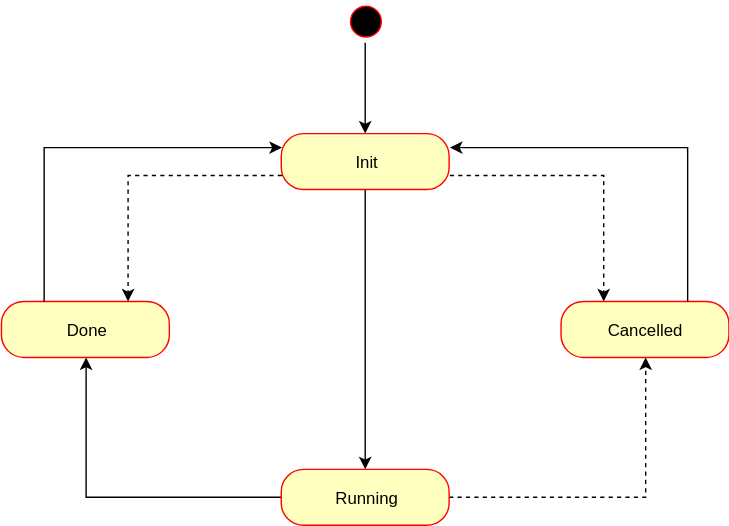
Before: TwinCat/Mbc.Tc3.Pcs/Mbc_Tc3_Pcs/docs/res/CommandBaseStates.svg, a diagram exported from draw.io (mbc-engineering/net-pcs). Source tidied: cells renumbered, new cells last; positions are measured from the earlier drawing's top-left corner, leaving out a move shared by most shapes. Its diagram source:
```xml
<mxGraphModel background="#ffffff">
  <root>
    <mxCell id="0" />
    <mxCell id="1" parent="0" />
    <mxCell id="2" style="edgeStyle=orthogonalEdgeStyle;rounded=0;html=1;jettySize=auto;" parent="1" edge="1" source="3" target="6">
      <mxGeometry relative="1" as="geometry" />
    </mxCell>
    <mxCell id="3" style="ellipse;html=1;shape=startState;fillColor=#000000;strokeColor=#ff0000;" parent="1" vertex="1">
      <mxGeometry x="244.5" width="30" height="30" as="geometry" />
    </mxCell>
    <mxCell id="4" style="edgeStyle=orthogonalEdgeStyle;rounded=0;html=1;jettySize=auto;" parent="1" edge="1" source="6" target="9">
      <mxGeometry relative="1" as="geometry" />
    </mxCell>
    <mxCell id="5" style="edgeStyle=orthogonalEdgeStyle;rounded=0;html=1;jettySize=auto;entryX=0.25;entryY=0;exitX=1;exitY=0.75;jumpStyle=none;dashed=1;" parent="1" edge="1" source="6" target="10">
      <mxGeometry relative="1" as="geometry" />
    </mxCell>
    <mxCell id="6" value="Init" style="rounded=1;whiteSpace=wrap;html=1;arcSize=40;fillColor=#ffffc0;strokeColor=#ff0000;" parent="1" vertex="1">
      <mxGeometry x="199.5" y="95" width="120" height="40" as="geometry" />
    </mxCell>
    <mxCell id="7" style="edgeStyle=orthogonalEdgeStyle;rounded=0;html=1;jettySize=auto;" parent="1" edge="1" source="9" target="11">
      <mxGeometry relative="1" as="geometry" />
    </mxCell>
    <mxCell id="8" style="edgeStyle=orthogonalEdgeStyle;rounded=0;html=1;jettySize=auto;dashed=1;" parent="1" edge="1" source="9" target="10">
      <mxGeometry relative="1" as="geometry" />
    </mxCell>
    <mxCell id="9" value="Running" style="rounded=1;whiteSpace=wrap;html=1;arcSize=40;fillColor=#ffffc0;strokeColor=#ff0000;" parent="1" vertex="1">
      <mxGeometry x="199.5" y="335" width="120" height="40" as="geometry" />
    </mxCell>
    <mxCell id="10" value="Cancelled" style="rounded=1;whiteSpace=wrap;html=1;arcSize=40;fillColor=#ffffc0;strokeColor=#ff0000;" parent="1" vertex="1">
      <mxGeometry x="399.5" y="215" width="120" height="40" as="geometry" />
    </mxCell>
    <mxCell id="11" value="Done" style="rounded=1;whiteSpace=wrap;html=1;arcSize=40;fillColor=#ffffc0;strokeColor=#ff0000;" parent="1" vertex="1">
      <mxGeometry x="-0.5" y="215" width="120" height="40" as="geometry" />
    </mxCell>
    <mxCell id="12" style="edgeStyle=orthogonalEdgeStyle;html=1;verticalAlign=bottom;endArrow=open;endSize=8;strokeColor=none;" parent="1" edge="1">
      <mxGeometry relative="1" as="geometry">
        <mxPoint x="256" y="195" as="sourcePoint" />
        <mxPoint x="256" y="255" as="targetPoint" />
      </mxGeometry>
    </mxCell>
    <mxCell id="13" style="edgeStyle=orthogonalEdgeStyle;rounded=0;html=1;jettySize=auto;entryX=1;entryY=0.25;exitX=0.75;exitY=0;" parent="1" edge="1" source="10" target="6">
      <mxGeometry relative="1" as="geometry" />
    </mxCell>
    <mxCell id="14" style="edgeStyle=orthogonalEdgeStyle;rounded=0;html=1;jettySize=auto;entryX=0;entryY=0.25;exitX=0.25;exitY=0;" parent="1" edge="1" source="11" target="6">
      <mxGeometry relative="1" as="geometry" />
    </mxCell>
    <mxCell id="15" style="edgeStyle=orthogonalEdgeStyle;rounded=0;html=1;jettySize=auto;entryX=0.75;entryY=0;exitX=0;exitY=0.75;jumpStyle=none;dashed=1;" parent="1" edge="1" source="6" target="11">
      <mxGeometry relative="1" as="geometry" />
    </mxCell>
  </root>
</mxGraphModel>
```
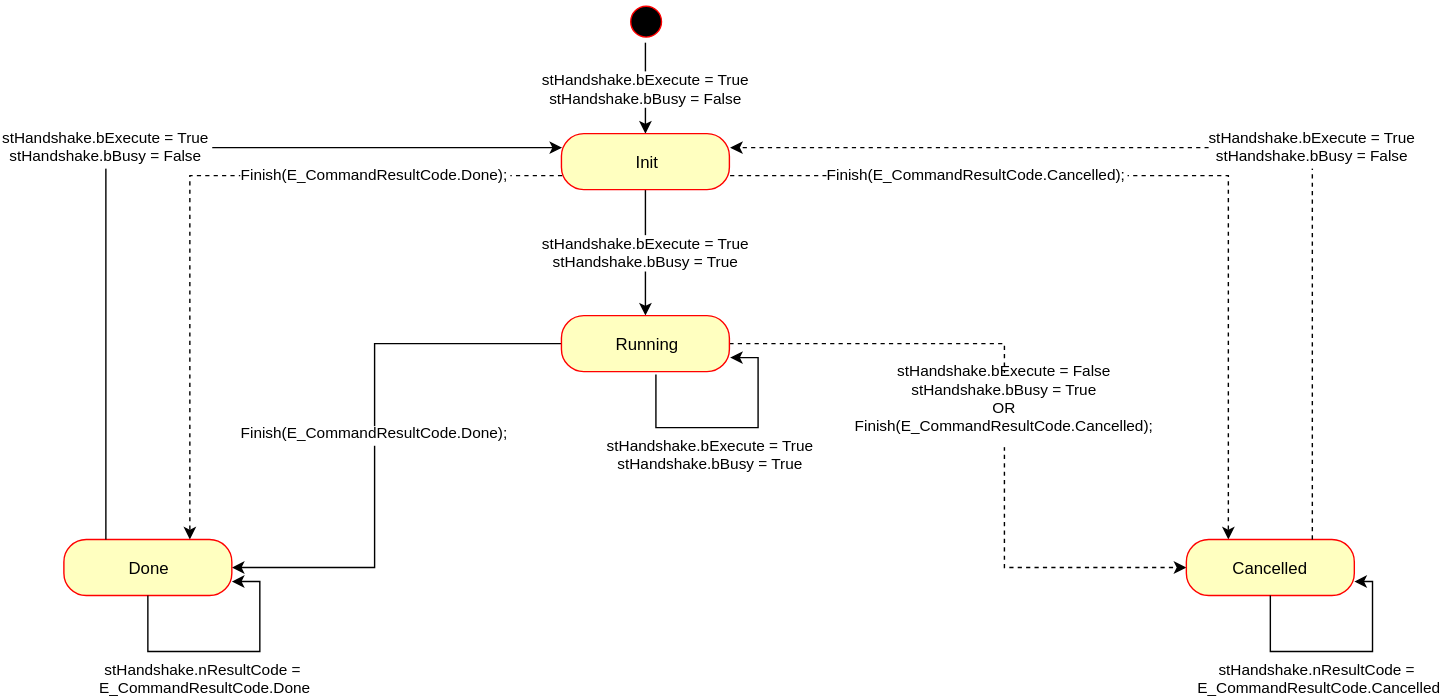
After the change.

What changed in the source:
```diff
@@ -2,50 +2,91 @@
   <root>
     <mxCell id="0" />
     <mxCell id="1" parent="0" />
+    <mxCell id="10" value="stHandshake.bExecute = True&lt;br&gt;stHandshake.bBusy = False&lt;br&gt;" style="edgeStyle=orthogonalEdgeStyle;rounded=0;html=1;jettySize=auto;" parent="1" edge="1" source="2" target="7">
+      <mxGeometry relative="1" as="geometry" />
+    </mxCell>
-    <mxCell id="2" style="edgeStyle=orthogonalEdgeStyle;rounded=0;html=1;jettySize=auto;" parent="1" edge="1" source="3" target="6">
-      <mxGeometry relative="1" as="geometry" />
+    <mxCell id="2" style="ellipse;html=1;shape=startState;fillColor=#000000;strokeColor=#ff0000;" parent="1" vertex="1">
+      <mxGeometry x="326.5" width="30" height="30" as="geometry" />
     </mxCell>
-    <mxCell id="3" style="ellipse;html=1;shape=startState;fillColor=#000000;strokeColor=#ff0000;" parent="1" vertex="1">
-      <mxGeometry x="244.5" width="30" height="30" as="geometry" />
-    </mxCell>
-    <mxCell id="4" style="edgeStyle=orthogonalEdgeStyle;rounded=0;html=1;jettySize=auto;" parent="1" edge="1" source="6" target="9">
-      <mxGeometry relative="1" as="geometry" />
-    </mxCell>
-    <mxCell id="5" style="edgeStyle=orthogonalEdgeStyle;rounded=0;html=1;jettySize=auto;entryX=0.25;entryY=0;exitX=1;exitY=0.75;jumpStyle=none;dashed=1;" parent="1" edge="1" source="6" target="10">
-      <mxGeometry relative="1" as="geometry" />
-    </mxCell>
-    <mxCell id="6" value="Init" style="rounded=1;whiteSpace=wrap;html=1;arcSize=40;fillColor=#ffffc0;strokeColor=#ff0000;" parent="1" vertex="1">
-      <mxGeometry x="199.5" y="95" width="120" height="40" as="geometry" />
-    </mxCell>
+    <mxCell id="16" value="stHandshake.bExecute = True&lt;br&gt;stHandshake.bBusy = True" style="edgeStyle=orthogonalEdgeStyle;rounded=0;html=1;jettySize=auto;" parent="1" edge="1" source="7" target="9">
+      <mxGeometry relative="1" as="geometry" />
+    </mxCell>
+    <mxCell id="17" value="Finish(E_CommandResultCode.Cancelled);" style="edgeStyle=orthogonalEdgeStyle;rounded=0;jettySize=auto;entryX=0.25;entryY=0;exitX=1;exitY=0.75;jumpStyle=none;dashed=1;labelBackgroundColor=#ffffff;fontColor=#000000;labelBorderColor=none;" parent="1" edge="1" source="7" target="20">
+      <mxGeometry x="-0.43" relative="1" as="geometry" />
+    </mxCell>
-    <mxCell id="7" style="edgeStyle=orthogonalEdgeStyle;rounded=0;html=1;jettySize=auto;" parent="1" edge="1" source="9" target="11">
-      <mxGeometry relative="1" as="geometry" />
+    <mxCell id="7" value="Init" style="rounded=1;whiteSpace=wrap;html=1;arcSize=40;fillColor=#ffffc0;strokeColor=#ff0000;" parent="1" vertex="1">
+      <mxGeometry x="281.5" y="95" width="120" height="40" as="geometry" />
     </mxCell>
-    <mxCell id="8" style="edgeStyle=orthogonalEdgeStyle;rounded=0;html=1;jettySize=auto;dashed=1;" parent="1" edge="1" source="9" target="10">
-      <mxGeometry relative="1" as="geometry" />
-    </mxCell>
+    <mxCell id="18" value="Finish(E_CommandResultCode.Done);" style="edgeStyle=orthogonalEdgeStyle;rounded=0;jettySize=auto;entryX=1;entryY=0.5;" parent="1" edge="1" source="9" target="11">
+      <mxGeometry relative="1" as="geometry">
+        <Array as="points">
+          <mxPoint x="148" y="245" />
+          <mxPoint x="148" y="405" />
+        </Array>
+      </mxGeometry>
+    </mxCell>
+    <mxCell id="19" value="stHandshake.bExecute = False&#10;stHandshake.bBusy = True&#10;OR&#10;Finish(E_CommandResultCode.Cancelled);&#10;" style="edgeStyle=orthogonalEdgeStyle;rounded=0;jettySize=auto;dashed=1;entryX=0;entryY=0.5;" parent="1" edge="1" source="9" target="20">
+      <mxGeometry relative="1" as="geometry">
+        <Array as="points">
+          <mxPoint x="598" y="245" />
+          <mxPoint x="598" y="405" />
+        </Array>
+      </mxGeometry>
+    </mxCell>
+    <mxCell id="20" value="Cancelled" style="rounded=1;whiteSpace=wrap;html=1;arcSize=40;fillColor=#ffffc0;strokeColor=#ff0000;" parent="1" vertex="1">
+      <mxGeometry x="728" y="385" width="120" height="40" as="geometry" />
+    </mxCell>
+    <mxCell id="11" value="Done" style="rounded=1;whiteSpace=wrap;html=1;arcSize=40;fillColor=#ffffc0;strokeColor=#ff0000;" parent="1" vertex="1">
+      <mxGeometry x="-74" y="385" width="120" height="40" as="geometry" />
+    </mxCell>
+    <mxCell id="14" style="edgeStyle=orthogonalEdgeStyle;html=1;verticalAlign=bottom;endArrow=open;endSize=8;strokeColor=none;" parent="1" edge="1" source="9">
+      <mxGeometry relative="1" as="geometry">
+        <mxPoint x="338" y="255" as="targetPoint" />
+      </mxGeometry>
+    </mxCell>
+    <mxCell id="21" value="stHandshake.bExecute = True&#10;stHandshake.bBusy = False" style="edgeStyle=orthogonalEdgeStyle;rounded=0;jettySize=auto;entryX=1;entryY=0.25;exitX=0.75;exitY=0;dashed=1;" parent="1" edge="1" source="20" target="7">
+      <mxGeometry x="-0.2" relative="1" as="geometry" />
+    </mxCell>
+    <mxCell id="22" value="stHandshake.bExecute = True&#10;stHandshake.bBusy = False" style="edgeStyle=orthogonalEdgeStyle;rounded=0;jettySize=auto;entryX=0;entryY=0.25;exitX=0.25;exitY=0;" parent="1" edge="1" source="11" target="7">
+      <mxGeometry x="-0.08" relative="1" as="geometry" />
+    </mxCell>
+    <mxCell id="23" value="Finish(E_CommandResultCode.Done);" style="edgeStyle=orthogonalEdgeStyle;rounded=0;jettySize=auto;entryX=0.75;entryY=0;exitX=0;exitY=0.75;jumpStyle=none;dashed=1;" parent="1" edge="1" source="7" target="11">
+      <mxGeometry x="-0.49" relative="1" as="geometry" />
+    </mxCell>
     <mxCell id="9" value="Running" style="rounded=1;whiteSpace=wrap;html=1;arcSize=40;fillColor=#ffffc0;strokeColor=#ff0000;" parent="1" vertex="1">
-      <mxGeometry x="199.5" y="335" width="120" height="40" as="geometry" />
+      <mxGeometry x="281.5" y="225" width="120" height="40" as="geometry" />
     </mxCell>
-    <mxCell id="10" value="Cancelled" style="rounded=1;whiteSpace=wrap;html=1;arcSize=40;fillColor=#ffffc0;strokeColor=#ff0000;" parent="1" vertex="1">
-      <mxGeometry x="399.5" y="215" width="120" height="40" as="geometry" />
-    </mxCell>
-    <mxCell id="11" value="Done" style="rounded=1;whiteSpace=wrap;html=1;arcSize=40;fillColor=#ffffc0;strokeColor=#ff0000;" parent="1" vertex="1">
-      <mxGeometry x="-0.5" y="215" width="120" height="40" as="geometry" />
-    </mxCell>
-    <mxCell id="12" style="edgeStyle=orthogonalEdgeStyle;html=1;verticalAlign=bottom;endArrow=open;endSize=8;strokeColor=none;" parent="1" edge="1">
-      <mxGeometry relative="1" as="geometry">
-        <mxPoint x="256" y="195" as="sourcePoint" />
-        <mxPoint x="256" y="255" as="targetPoint" />
-      </mxGeometry>
-    </mxCell>
-    <mxCell id="13" style="edgeStyle=orthogonalEdgeStyle;rounded=0;html=1;jettySize=auto;entryX=1;entryY=0.25;exitX=0.75;exitY=0;" parent="1" edge="1" source="10" target="6">
-      <mxGeometry relative="1" as="geometry" />
-    </mxCell>
-    <mxCell id="14" style="edgeStyle=orthogonalEdgeStyle;rounded=0;html=1;jettySize=auto;entryX=0;entryY=0.25;exitX=0.25;exitY=0;" parent="1" edge="1" source="11" target="6">
-      <mxGeometry relative="1" as="geometry" />
-    </mxCell>
-    <mxCell id="15" style="edgeStyle=orthogonalEdgeStyle;rounded=0;html=1;jettySize=auto;entryX=0.75;entryY=0;exitX=0;exitY=0.75;jumpStyle=none;dashed=1;" parent="1" edge="1" source="6" target="11">
-      <mxGeometry relative="1" as="geometry" />
-    </mxCell>
+    <mxCell id="24" style="edgeStyle=orthogonalEdgeStyle;html=1;verticalAlign=bottom;endArrow=open;endSize=8;strokeColor=none;" parent="1" edge="1" target="9">
+      <mxGeometry relative="1" as="geometry">
+        <mxPoint x="338" y="195" as="sourcePoint" />
+      </mxGeometry>
+    </mxCell>
+    <mxCell id="25" value="stHandshake.bExecute = True&#10;stHandshake.bBusy = True" style="edgeStyle=orthogonalEdgeStyle;rounded=0;jettySize=auto;orthogonalLoop=1;exitX=0.563;exitY=1.05;exitPerimeter=0;entryX=1;entryY=0.75;" parent="1" edge="1" source="9" target="9">
+      <mxGeometry x="-0.15" y="-20" relative="1" as="geometry">
+        <Array as="points">
+          <mxPoint x="349" y="305" />
+          <mxPoint x="422" y="305" />
+          <mxPoint x="422" y="255" />
+        </Array>
+      </mxGeometry>
+    </mxCell>
+    <mxCell id="26" value="stHandshake.nResultCode = &#10;E_CommandResultCode.Done" style="edgeStyle=orthogonalEdgeStyle;rounded=0;jettySize=auto;orthogonalLoop=1;entryX=1;entryY=0.75;exitX=0.5;exitY=1;" parent="1" edge="1" source="11" target="11">
+      <mxGeometry x="-0.15" y="-20" relative="1" as="geometry">
+        <Array as="points">
+          <mxPoint x="-14" y="465" />
+          <mxPoint x="66" y="465" />
+          <mxPoint x="66" y="415" />
+        </Array>
+      </mxGeometry>
+    </mxCell>
+    <mxCell id="27" value="stHandshake.nResultCode = &#10;E_CommandResultCode.Cancelled" style="edgeStyle=orthogonalEdgeStyle;rounded=0;jettySize=auto;orthogonalLoop=1;entryX=1;entryY=0.75;exitX=0.5;exitY=1;" parent="1" edge="1" source="20" target="20">
+      <mxGeometry x="-0.15" y="-20" relative="1" as="geometry">
+        <Array as="points">
+          <mxPoint x="788" y="465" />
+          <mxPoint x="861" y="465" />
+          <mxPoint x="861" y="415" />
+        </Array>
+      </mxGeometry>
+    </mxCell>
   </root>
 </mxGraphModel>
```
